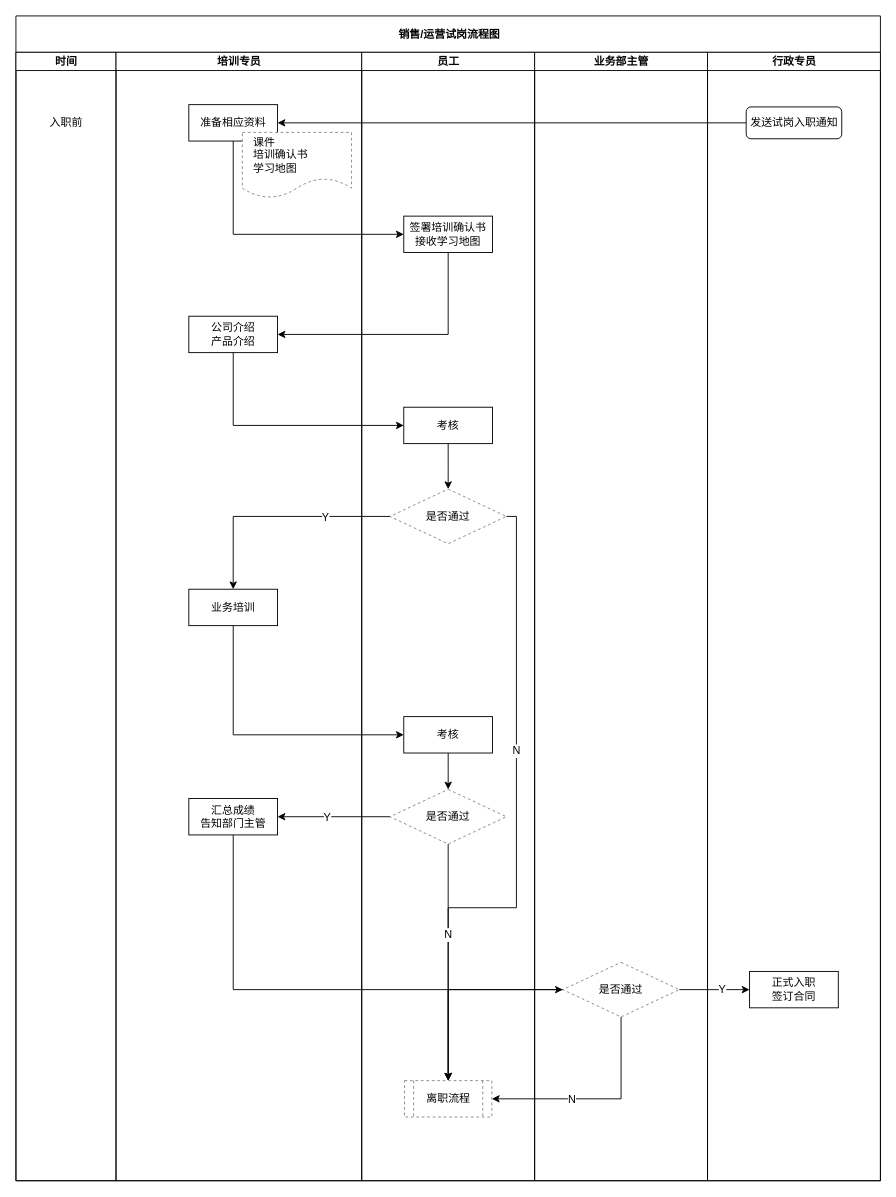
This is 通用试岗流程图.drawio from imgwho/practice, a draw.io file, before an edit. Source tidied: cells renumbered, new cells numbered last; positions are measured from the earlier drawing's top-left corner, leaving out a move shared by most shapes. Both pictures are drawn from the tidied source at 91%, with x=0, y=0 at pixel (15, 15).
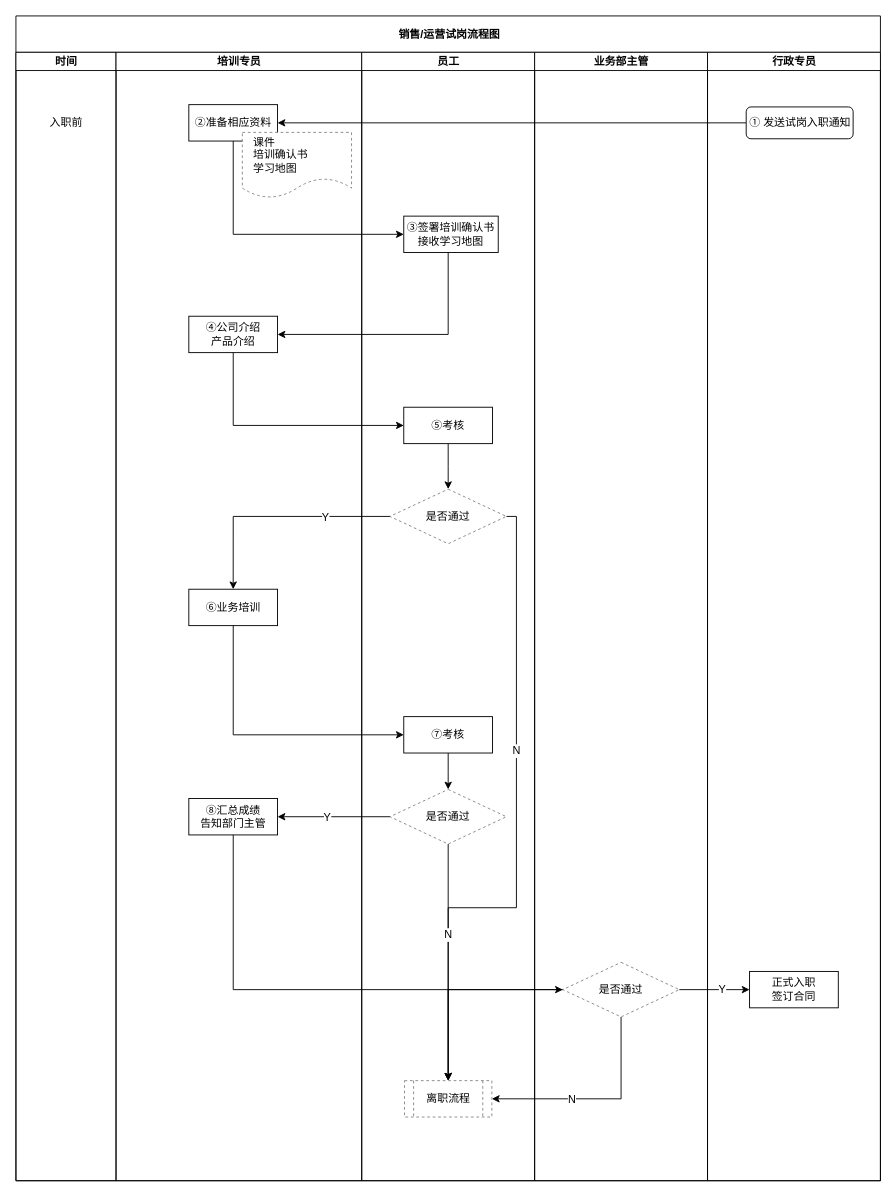
The same page after the edit.

Commit message (it also covers changes not shown here):
更新通用试岗流程图.drawio

The change refers to these unchanged cells:
```xml
<mxCell id="6" value="培训专员" style="swimlane;html=1;startSize=20;" parent="2" vertex="1">
  <mxGeometry x="110" y="40" width="270" height="1240" as="geometry" />
</mxCell>
<mxCell id="12" value="员工" style="swimlane;html=1;startSize=20;swimlaneFillColor=none;" parent="2" vertex="1">
  <mxGeometry x="380" y="40" width="190" height="1240" as="geometry" />
</mxCell>
<mxCell id="27" value="行政专员" style="swimlane;html=1;startSize=20;" parent="2" vertex="1">
  <mxGeometry x="760" y="40" width="190" height="1240" as="geometry" />
</mxCell>
```

What changed in the source:
```diff
@@
-    <mxCell id="7" value="准备相应资料" style="rounded=0;whiteSpace=wrap;html=1;shadow=0;align=center;" parent="6" vertex="1">
+    <mxCell id="7" value="②准备相应资料" style="rounded=0;whiteSpace=wrap;html=1;shadow=0;align=center;" parent="6" vertex="1">
       <mxGeometry x="80" y="57.5" width="97.5" height="40" as="geometry" />
     </mxCell>
@@
-    <mxCell id="9" value="公司介绍&lt;br&gt;产品介绍" style="rounded=0;whiteSpace=wrap;html=1;shadow=0;align=center;" parent="6" vertex="1">
+    <mxCell id="9" value="④公司介绍&lt;br&gt;产品介绍" style="rounded=0;whiteSpace=wrap;html=1;shadow=0;align=center;" parent="6" vertex="1">
       <mxGeometry x="80" y="290" width="97.5" height="40" as="geometry" />
     </mxCell>
-    <mxCell id="10" value="业务培训" style="rounded=0;whiteSpace=wrap;html=1;shadow=0;align=center;" parent="6" vertex="1">
+    <mxCell id="10" value="⑥业务培训" style="rounded=0;whiteSpace=wrap;html=1;shadow=0;align=center;" parent="6" vertex="1">
       <mxGeometry x="80" y="590" width="97.5" height="40" as="geometry" />
     </mxCell>
-    <mxCell id="11" value="汇总成绩&lt;br&gt;告知部门主管" style="rounded=0;whiteSpace=wrap;html=1;shadow=0;align=center;" parent="6" vertex="1">
+    <mxCell id="11" value="⑧汇总成绩&lt;br&gt;告知部门主管" style="rounded=0;whiteSpace=wrap;html=1;shadow=0;align=center;" parent="6" vertex="1">
       <mxGeometry x="80" y="820" width="97.5" height="40" as="geometry" />
     </mxCell>
@@
-    <mxCell id="13" value="签署培训确认书&lt;br&gt;接收学习地图" style="rounded=0;whiteSpace=wrap;html=1;shadow=0;align=center;" parent="12" vertex="1">
-      <mxGeometry x="46.2" y="180" width="97.5" height="40" as="geometry" />
+    <mxCell id="13" value="③签署培训确认书&lt;br&gt;接收学习地图" style="rounded=0;whiteSpace=wrap;html=1;shadow=0;align=center;" parent="12" vertex="1">
+      <mxGeometry x="46.2" y="180" width="103.8" height="40" as="geometry" />
     </mxCell>
@@
-    <mxCell id="15" value="考核" style="rounded=0;whiteSpace=wrap;html=1;shadow=0;align=center;" parent="12" vertex="1">
+    <mxCell id="15" value="⑤考核" style="rounded=0;whiteSpace=wrap;html=1;shadow=0;align=center;" parent="12" vertex="1">
       <mxGeometry x="46.2" y="390" width="97.5" height="40" as="geometry" />
     </mxCell>
@@
-    <mxCell id="20" value="考核" style="rounded=0;whiteSpace=wrap;html=1;shadow=0;align=center;" parent="12" vertex="1">
+    <mxCell id="20" value="⑦考核" style="rounded=0;whiteSpace=wrap;html=1;shadow=0;align=center;" parent="12" vertex="1">
       <mxGeometry x="46.2" y="730" width="97.5" height="40" as="geometry" />
     </mxCell>
@@
-    <mxCell id="28" value="发送试岗入职通知" style="rounded=1;whiteSpace=wrap;html=1;shadow=0;" parent="27" vertex="1">
-      <mxGeometry x="42.5" y="60" width="105" height="35" as="geometry" />
+    <mxCell id="28" value="① 发送试岗入职通知" style="rounded=1;whiteSpace=wrap;html=1;shadow=0;" parent="27" vertex="1">
+      <mxGeometry x="42.5" y="60" width="117.5" height="35" as="geometry" />
     </mxCell>
```
